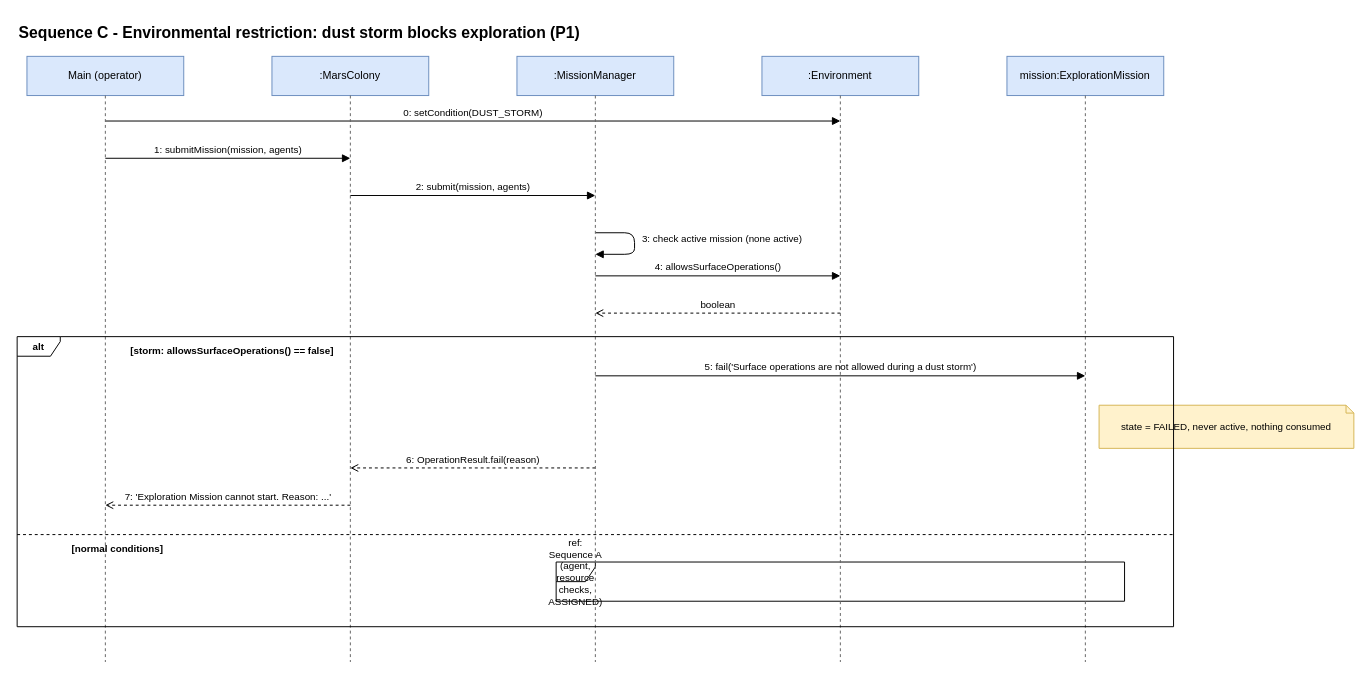
Earlier version of the draw.io diagram docs/UML/09-sequence-C-dust-storm-p1.drawio (YassinAwad66/MARS-OPS). Source tidied: cells renumbered, new cells numbered last; positions are measured from the earlier drawing's top-left corner, leaving out a move shared by most shapes. Both pictures are drawn from the tidied source at 98%, with x=0, y=0 at pixel (17, 17).
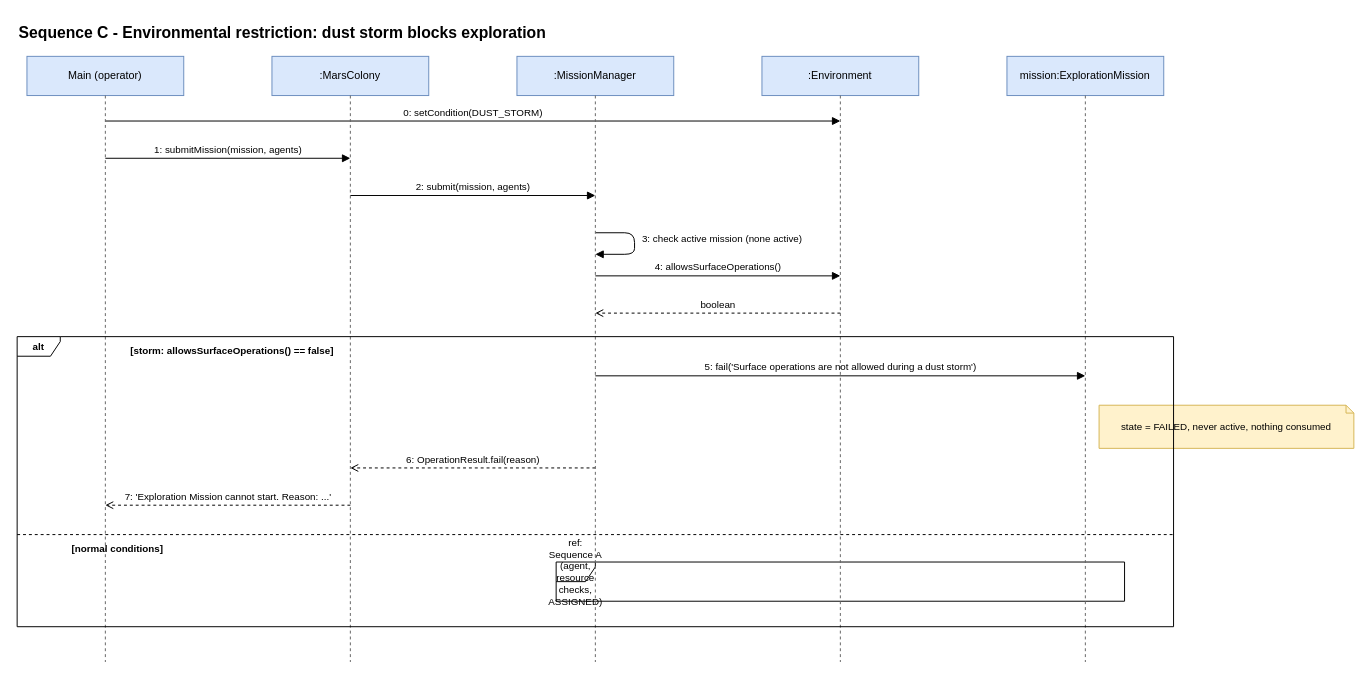
After the change.

The edit, as a diff of the source:
```diff
@@
-    <mxCell id="2" value="Sequence C - Environmental restriction: dust storm blocks exploration (P1)" style="text;html=1;align=left;fontStyle=1;fontSize=16;" parent="1" vertex="1">
+    <mxCell id="2" value="Sequence C - Environmental restriction: dust storm blocks exploration&lt;div&gt;&lt;br&gt;&lt;/div&gt;" style="text;html=1;align=left;fontStyle=1;fontSize=16;" parent="1" vertex="1">
       <mxGeometry width="1200" height="30" as="geometry" />
     </mxCell>
```
